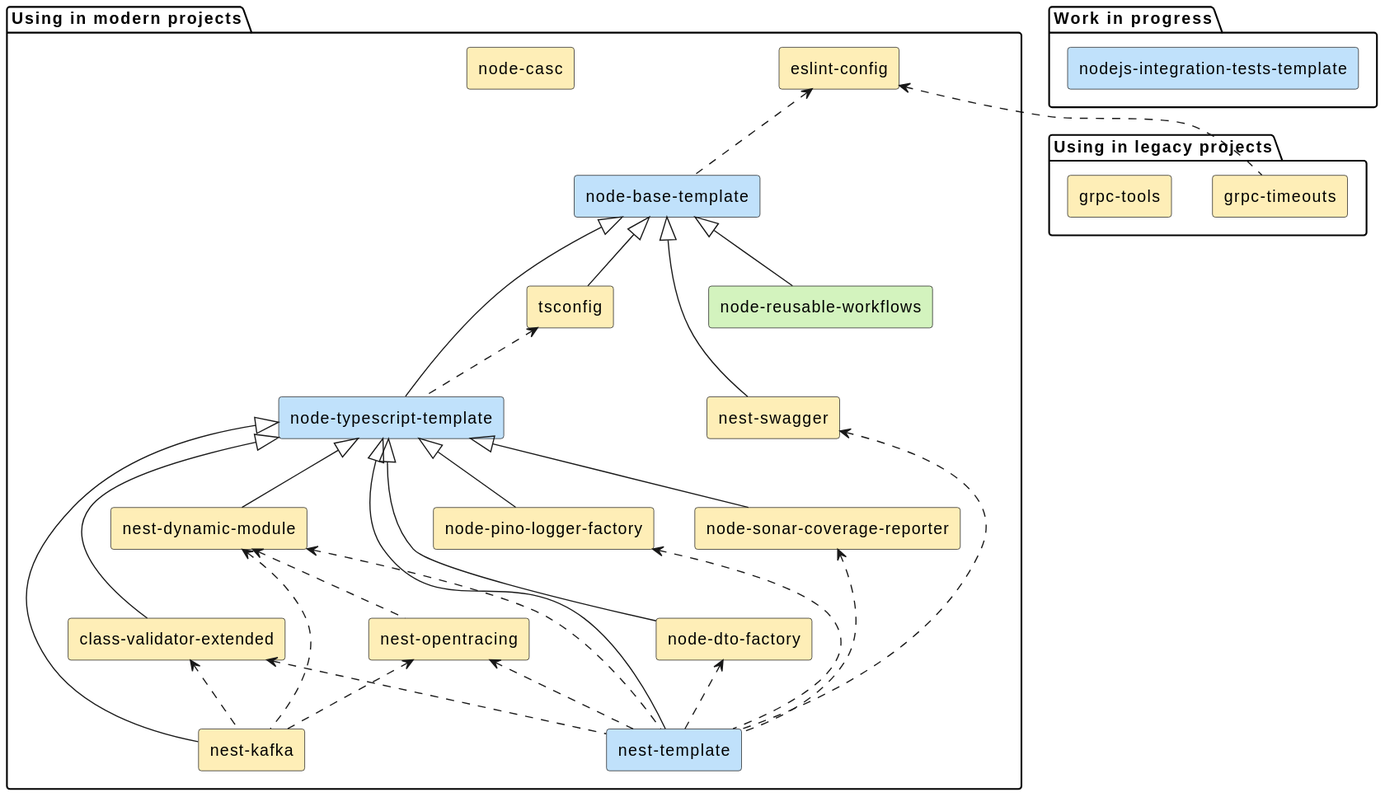
The PlantUML diagram docs/nodejs.svg in Byndyusoft/awesome-byndyusoft-opensource, before a commit.
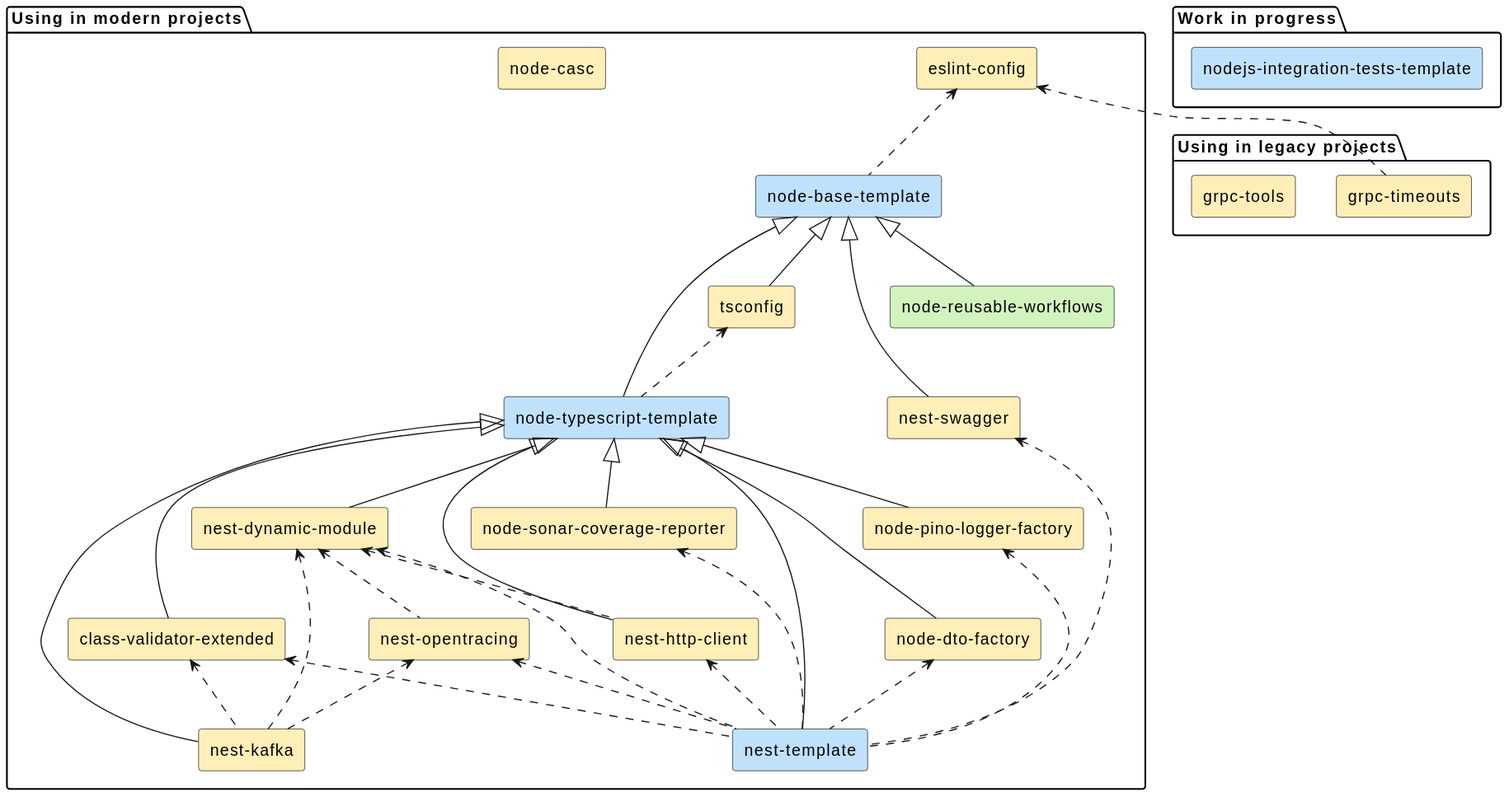
The same file after the commit.

What changed in the source:
```diff
@@ -10,6 +10,7 @@
   PACKAGE("class-validator-extended")
   PACKAGE("eslint-config")
   PACKAGE("nest-dynamic-module")
+  PACKAGE("nest-http-client")
   PACKAGE("nest-kafka")
   PACKAGE("nest-opentracing")
   PACKAGE("nest-swagger")
@@ -34,6 +35,7 @@
 EXTENDS("nest-template", "node-typescript-template")
 USE("nest-template", "class-validator-extended")
 USE("nest-template", "nest-dynamic-module")
+USE("nest-template", "nest-http-client")
 USE("nest-template", "nest-opentracing")
 USE("nest-template", "nest-swagger")
 USE("nest-template", "node-dto-factory")
@@ -48,6 +50,9 @@
 EXTENDS("class-validator-extended", "node-typescript-template")
 
 EXTENDS("nest-dynamic-module", "node-typescript-template")
+
+EXTENDS("nest-http-client", "node-typescript-template")
+USE("nest-http-client", "nest-dynamic-module")
 
 EXTENDS("nest-kafka", "node-typescript-template")
 USE("nest-kafka", "class-validator-extended")
```
